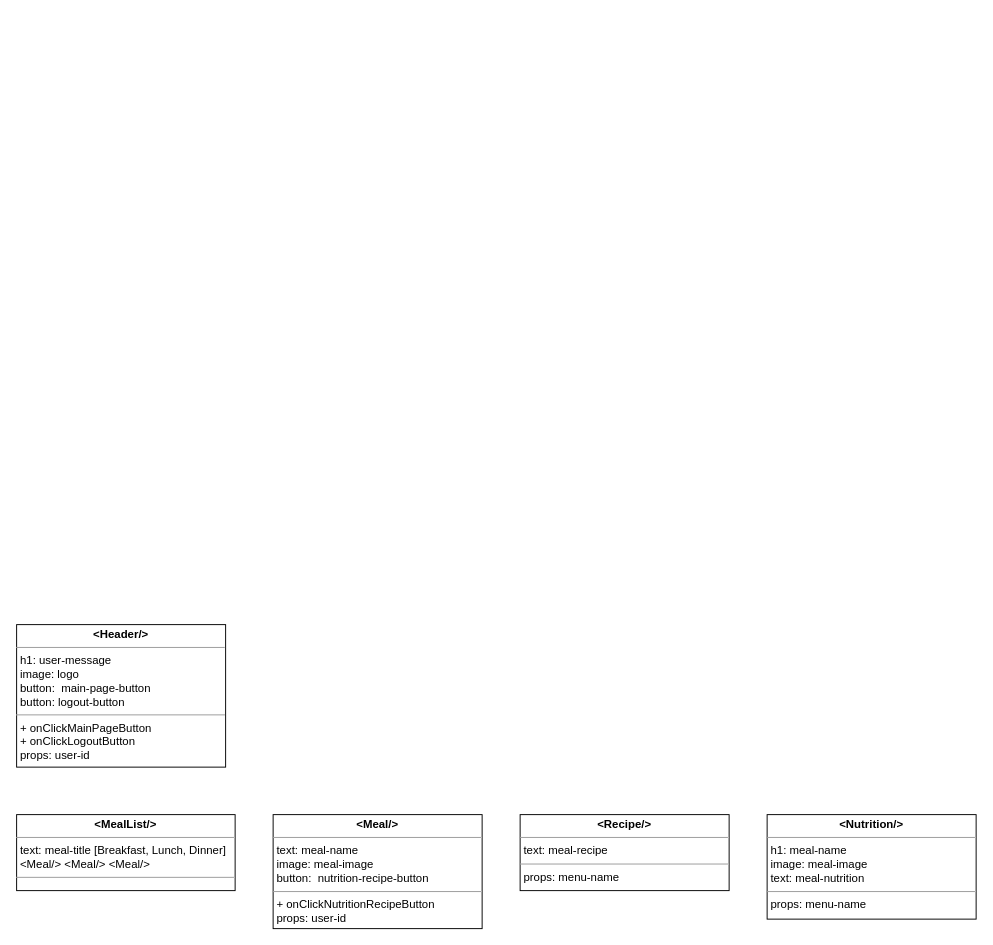
The draw.io diagram diagrams/영서 component.drawio in swsnu/swpp2021-team5, before the edit. Source tidied: cells renumbered, new cells numbered last; positions are measured from the earlier drawing's top-left corner, leaving out a move shared by most shapes. Both pictures are drawn from the tidied source at 95%, with x=0, y=0 at pixel (16, 624).
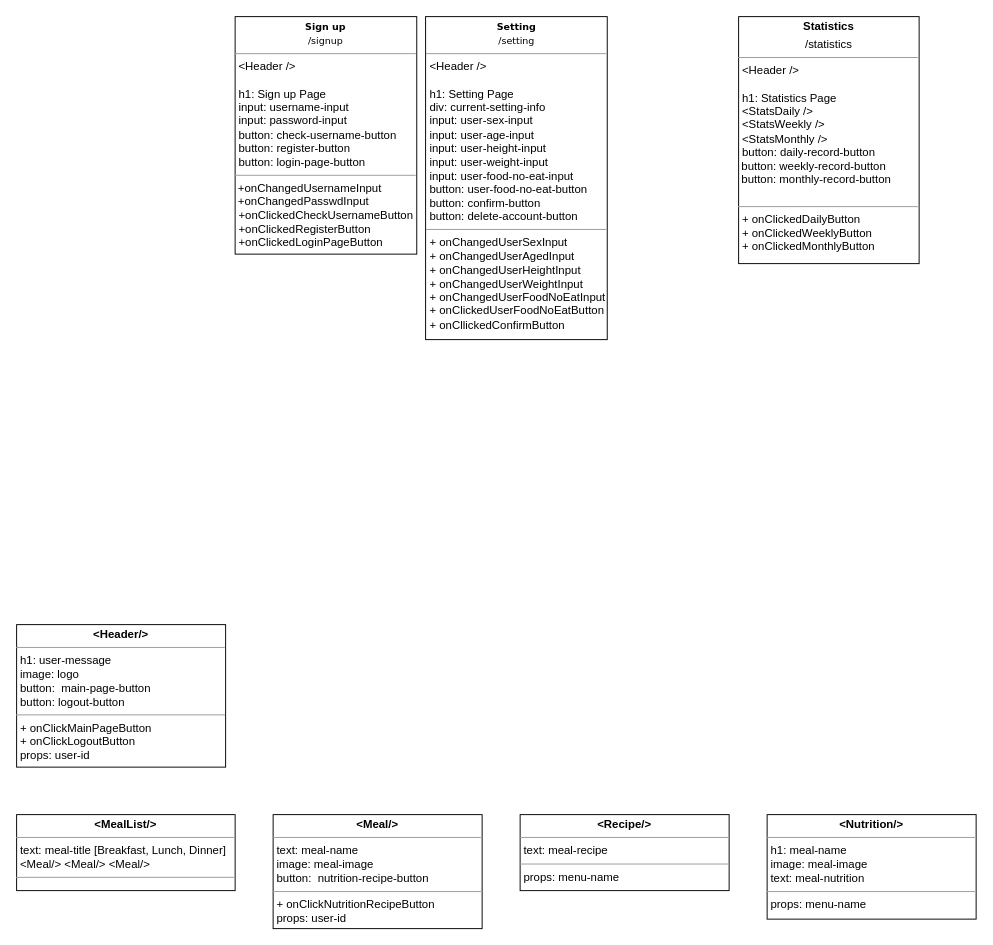
Above is the later version.

Change to the diagram source:
```diff
@@
 <mxGraphModel>
   <root>
     <mxCell id="0" />
     <mxCell id="1" parent="0" />
     <mxCell id="2" value="&lt;p style=&quot;margin: 0px ; margin-top: 4px ; text-align: center&quot;&gt;&lt;b&gt;&amp;lt;MealList/&amp;gt;&lt;/b&gt;&lt;/p&gt;&lt;hr size=&quot;1&quot;&gt;&lt;p style=&quot;margin: 0px ; margin-left: 4px&quot;&gt;text: meal-title [Breakfast, Lunch, Dinner]&lt;/p&gt;&lt;p style=&quot;margin: 0px ; margin-left: 4px&quot;&gt;&lt;span&gt;&amp;lt;Meal/&amp;gt; &amp;lt;Meal/&amp;gt; &amp;lt;Meal/&amp;gt;&lt;/span&gt;&lt;/p&gt;&lt;hr size=&quot;1&quot;&gt;&lt;p style=&quot;margin: 0px ; margin-left: 4px&quot;&gt;&lt;br&gt;&lt;/p&gt;" style="verticalAlign=top;align=left;overflow=fill;fontSize=12;fontFamily=Helvetica;html=1;rounded=0;shadow=0;comic=0;labelBackgroundColor=none;strokeWidth=1;" parent="1" vertex="1">
       <mxGeometry y="200" width="230" height="80" as="geometry" />
     </mxCell>
     <mxCell id="3" value="&lt;p style=&quot;margin: 0px ; margin-top: 4px ; text-align: center&quot;&gt;&lt;b&gt;&amp;lt;Meal/&amp;gt;&lt;/b&gt;&lt;/p&gt;&lt;hr size=&quot;1&quot;&gt;&lt;p style=&quot;margin: 0px ; margin-left: 4px&quot;&gt;&lt;span&gt;text: meal-name&lt;/span&gt;&lt;/p&gt;&lt;p style=&quot;margin: 0px ; margin-left: 4px&quot;&gt;image: meal-image&lt;/p&gt;&lt;p style=&quot;margin: 0px ; margin-left: 4px&quot;&gt;&lt;span&gt;button:&amp;nbsp;&amp;nbsp;&lt;/span&gt;&lt;span style=&quot;text-align: center&quot;&gt;nutrition-recipe-button&lt;/span&gt;&lt;br&gt;&lt;/p&gt;&lt;hr size=&quot;1&quot;&gt;&lt;p style=&quot;margin: 0px ; margin-left: 4px&quot;&gt;+ onClickNutritionRecipeButton&lt;/p&gt;&lt;p style=&quot;margin: 0px ; margin-left: 4px&quot;&gt;props: user-id&lt;/p&gt;" style="verticalAlign=top;align=left;overflow=fill;fontSize=12;fontFamily=Helvetica;html=1;rounded=0;shadow=0;comic=0;labelBackgroundColor=none;strokeWidth=1;" parent="1" vertex="1">
       <mxGeometry x="270" y="200" width="220" height="120" as="geometry" />
     </mxCell>
     <mxCell id="4" value="&lt;p style=&quot;margin: 0px ; margin-top: 4px ; text-align: center&quot;&gt;&lt;b&gt;&amp;lt;Recipe/&amp;gt;&lt;/b&gt;&lt;/p&gt;&lt;hr size=&quot;1&quot;&gt;&lt;p style=&quot;margin: 0px ; margin-left: 4px&quot;&gt;text: meal-recipe&lt;/p&gt;&lt;hr size=&quot;1&quot;&gt;&lt;p style=&quot;margin: 0px ; margin-left: 4px&quot;&gt;props: menu-name&lt;/p&gt;" style="verticalAlign=top;align=left;overflow=fill;fontSize=12;fontFamily=Helvetica;html=1;rounded=0;shadow=0;comic=0;labelBackgroundColor=none;strokeWidth=1;" parent="1" vertex="1">
       <mxGeometry x="530" y="200" width="220" height="80" as="geometry" />
     </mxCell>
     <mxCell id="5" value="&lt;p style=&quot;margin: 0px ; margin-top: 4px ; text-align: center&quot;&gt;&lt;b&gt;&amp;lt;Nutrition/&amp;gt;&lt;/b&gt;&lt;/p&gt;&lt;hr size=&quot;1&quot;&gt;&lt;p style=&quot;margin: 0px ; margin-left: 4px&quot;&gt;h1: meal-name&lt;/p&gt;&lt;p style=&quot;margin: 0px ; margin-left: 4px&quot;&gt;&lt;span&gt;image: meal-image&lt;/span&gt;&lt;/p&gt;&lt;p style=&quot;margin: 0px ; margin-left: 4px&quot;&gt;&lt;span&gt;text: meal-nutrition&lt;br&gt;&lt;/span&gt;&lt;/p&gt;&lt;hr size=&quot;1&quot;&gt;&lt;p style=&quot;margin: 0px ; margin-left: 4px&quot;&gt;props: menu-name&lt;/p&gt;" style="verticalAlign=top;align=left;overflow=fill;fontSize=12;fontFamily=Helvetica;html=1;rounded=0;shadow=0;comic=0;labelBackgroundColor=none;strokeWidth=1;" parent="1" vertex="1">
       <mxGeometry x="790" y="200" width="220" height="110" as="geometry" />
     </mxCell>
     <mxCell id="6" value="&lt;p style=&quot;margin: 0px ; margin-top: 4px ; text-align: center&quot;&gt;&lt;b&gt;&amp;lt;Header/&amp;gt;&lt;/b&gt;&lt;/p&gt;&lt;hr size=&quot;1&quot;&gt;&lt;p style=&quot;margin: 0px ; margin-left: 4px&quot;&gt;h1: user-message&lt;/p&gt;&lt;p style=&quot;margin: 0px ; margin-left: 4px&quot;&gt;image: logo&lt;/p&gt;&lt;p style=&quot;margin: 0px ; margin-left: 4px&quot;&gt;&lt;span&gt;button:&amp;nbsp;&amp;nbsp;&lt;/span&gt;&lt;span style=&quot;text-align: center&quot;&gt;main-page-button&lt;/span&gt;&lt;br&gt;&lt;/p&gt;&lt;p style=&quot;margin: 0px ; margin-left: 4px&quot;&gt;&lt;span style=&quot;text-align: center&quot;&gt;button: logout-button&lt;/span&gt;&lt;/p&gt;&lt;hr size=&quot;1&quot;&gt;&lt;p style=&quot;margin: 0px ; margin-left: 4px&quot;&gt;+ onClickMainPageButton&lt;/p&gt;&lt;p style=&quot;margin: 0px ; margin-left: 4px&quot;&gt;+ onClickLogoutButton&lt;/p&gt;&lt;p style=&quot;margin: 0px ; margin-left: 4px&quot;&gt;props: user-id&lt;/p&gt;" style="verticalAlign=top;align=left;overflow=fill;fontSize=12;fontFamily=Helvetica;html=1;rounded=0;shadow=0;comic=0;labelBackgroundColor=none;strokeWidth=1;" parent="1" vertex="1">
       <mxGeometry width="220" height="150" as="geometry" />
     </mxCell>
+    <mxCell id="7" value="&lt;p style=&quot;margin: 0px ; margin-top: 4px ; text-align: center&quot;&gt;&lt;b&gt;Statistics&lt;/b&gt;&lt;/p&gt;&lt;p style=&quot;margin: 0px ; margin-top: 4px ; text-align: center&quot;&gt;/statistics&lt;/p&gt;&lt;hr size=&quot;1&quot;&gt;&lt;p style=&quot;margin: 0px ; margin-left: 4px&quot;&gt;&amp;lt;Header /&amp;gt;&lt;br&gt;&lt;/p&gt;&lt;p style=&quot;margin: 0px ; margin-left: 4px&quot;&gt;&lt;br&gt;&lt;/p&gt;&lt;p style=&quot;margin: 0px ; margin-left: 4px&quot;&gt;h1: Statistics Page&lt;/p&gt;&lt;p style=&quot;margin: 0px ; margin-left: 4px&quot;&gt;&amp;lt;StatsDaily /&amp;gt;&lt;/p&gt;&lt;p style=&quot;margin: 0px ; margin-left: 4px&quot;&gt;&amp;lt;StatsWeekly /&amp;gt;&lt;/p&gt;&lt;p style=&quot;margin: 0px ; margin-left: 4px&quot;&gt;&amp;lt;StatsMonthly /&amp;gt;&lt;/p&gt;&lt;p style=&quot;margin: 0px ; margin-left: 4px&quot;&gt;button: daily-record-button&lt;/p&gt;&amp;nbsp;button:&amp;nbsp;&lt;span&gt;weekly-record-button&amp;nbsp;&lt;/span&gt;&lt;br&gt;&amp;nbsp;button:&amp;nbsp;&lt;span&gt;monthly-record-button&lt;br&gt;&lt;/span&gt;&lt;br&gt;&lt;hr size=&quot;1&quot;&gt;&lt;p style=&quot;margin: 0px 0px 0px 4px&quot;&gt;+ onClickedDailyButton&lt;/p&gt;&lt;p style=&quot;margin: 0px 0px 0px 4px&quot;&gt;+ onClickedWeeklyButton&lt;/p&gt;&lt;p style=&quot;margin: 0px 0px 0px 4px&quot;&gt;+ onClickedMonthlyButton&lt;/p&gt;" style="verticalAlign=top;align=left;overflow=fill;fontSize=12;fontFamily=Helvetica;html=1;rounded=0;shadow=0;comic=0;labelBackgroundColor=none;strokeWidth=1;" parent="1" vertex="1">
+      <mxGeometry x="760" y="-640" width="190" height="260" as="geometry" />
+    </mxCell>
+    <mxCell id="8" value="&lt;p style=&quot;margin: 4px 0px 0px ; text-align: center&quot;&gt;&lt;b style=&quot;font-family: &amp;#34;verdana&amp;#34; ; font-size: 10px&quot;&gt;Sign up&lt;/b&gt;&lt;br style=&quot;font-family: &amp;#34;verdana&amp;#34; ; font-size: 10px&quot;&gt;&lt;span style=&quot;font-family: &amp;#34;verdana&amp;#34; ; font-size: 10px&quot;&gt;/signup&lt;/span&gt;&lt;br&gt;&lt;/p&gt;&lt;hr size=&quot;1&quot;&gt;&lt;p style=&quot;margin: 0px 0px 0px 4px&quot;&gt;&amp;lt;Header /&amp;gt;&lt;/p&gt;&lt;p style=&quot;margin: 0px 0px 0px 4px&quot;&gt;&lt;br&gt;&lt;/p&gt;&lt;p style=&quot;margin: 0px 0px 0px 4px&quot;&gt;h1: Sign up Page&lt;/p&gt;&lt;p style=&quot;margin: 0px 0px 0px 4px&quot;&gt;input: username-input&lt;/p&gt;&lt;p style=&quot;margin: 0px 0px 0px 4px&quot;&gt;input: password-input&lt;/p&gt;&lt;p style=&quot;margin: 0px 0px 0px 4px&quot;&gt;button: check-username-button&lt;/p&gt;&lt;p style=&quot;margin: 0px 0px 0px 4px&quot;&gt;button: register-button&lt;/p&gt;&lt;p style=&quot;margin: 0px 0px 0px 4px&quot;&gt;button: login-page-button&lt;/p&gt;&lt;hr size=&quot;1&quot;&gt;&amp;nbsp;+onChangedUsernameInput&lt;br&gt;&amp;nbsp;+onChangedPasswdInput&lt;br&gt;&lt;p style=&quot;margin: 0px 0px 0px 4px&quot;&gt;+onClickedCheckUsernameButton&lt;/p&gt;&lt;p style=&quot;margin: 0px 0px 0px 4px&quot;&gt;+onClickedRegisterButton&lt;/p&gt;&lt;p style=&quot;margin: 0px 0px 0px 4px&quot;&gt;+onClickedLoginPageButton&lt;/p&gt;" style="verticalAlign=top;align=left;overflow=fill;fontSize=12;fontFamily=Helvetica;html=1;" parent="1" vertex="1">
+      <mxGeometry x="230" y="-640" width="191.2" height="250" as="geometry" />
+    </mxCell>
+    <mxCell id="9" value="&lt;p style=&quot;margin: 4px 0px 0px ; text-align: center&quot;&gt;&lt;b style=&quot;font-family: &amp;#34;verdana&amp;#34; ; font-size: 10px&quot;&gt;Setting&lt;/b&gt;&lt;br style=&quot;font-family: &amp;#34;verdana&amp;#34; ; font-size: 10px&quot;&gt;&lt;span style=&quot;font-family: &amp;#34;verdana&amp;#34; ; font-size: 10px&quot;&gt;/setting&lt;/span&gt;&lt;br&gt;&lt;/p&gt;&lt;hr size=&quot;1&quot;&gt;&lt;p style=&quot;margin: 0px 0px 0px 4px&quot;&gt;&amp;lt;Header /&amp;gt;&lt;br&gt;&lt;/p&gt;&lt;p style=&quot;margin: 0px 0px 0px 4px&quot;&gt;&lt;br&gt;&lt;/p&gt;&lt;p style=&quot;margin: 0px 0px 0px 4px&quot;&gt;h1: Setting Page&lt;/p&gt;&lt;p style=&quot;margin: 0px 0px 0px 4px&quot;&gt;div: current-setting-info&lt;/p&gt;&lt;p style=&quot;margin: 0px 0px 0px 4px&quot;&gt;input: user-sex-input&lt;/p&gt;&lt;p style=&quot;margin: 0px 0px 0px 4px&quot;&gt;input: user-age-input&lt;/p&gt;&lt;p style=&quot;margin: 0px 0px 0px 4px&quot;&gt;input: user-height-input&lt;/p&gt;&lt;p style=&quot;margin: 0px 0px 0px 4px&quot;&gt;input: user-weight-input&lt;/p&gt;&lt;p style=&quot;margin: 0px 0px 0px 4px&quot;&gt;input: user-food-no-eat-input&lt;br&gt;&lt;/p&gt;&lt;p style=&quot;margin: 0px 0px 0px 4px&quot;&gt;button: user-food-no-eat-button&lt;/p&gt;&lt;p style=&quot;margin: 0px 0px 0px 4px&quot;&gt;&lt;span&gt;button: confirm-button&lt;/span&gt;&lt;br&gt;&lt;/p&gt;&lt;p style=&quot;margin: 0px 0px 0px 4px&quot;&gt;&lt;span&gt;button: delete-account-button&lt;/span&gt;&lt;/p&gt;&lt;hr size=&quot;1&quot;&gt;&lt;p style=&quot;margin: 0px 0px 0px 4px&quot;&gt;+ onChangedUserSexInput&lt;/p&gt;&lt;p style=&quot;margin: 0px 0px 0px 4px&quot;&gt;+ onChangedUserAgedInput&lt;/p&gt;&lt;p style=&quot;margin: 0px 0px 0px 4px&quot;&gt;+ onChangedUserHeightInput&lt;/p&gt;&lt;p style=&quot;margin: 0px 0px 0px 4px&quot;&gt;+ onChangedUserWeightInput&lt;/p&gt;&lt;p style=&quot;margin: 0px 0px 0px 4px&quot;&gt;+ onChangedUserFoodNoEatInput&lt;/p&gt;&lt;p style=&quot;margin: 0px 0px 0px 4px&quot;&gt;+ onClickedUserFoodNoEatButton&lt;/p&gt;&lt;p style=&quot;margin: 0px 0px 0px 4px&quot;&gt;+ onCllickedConfirmButton&lt;/p&gt;" style="verticalAlign=top;align=left;overflow=fill;fontSize=12;fontFamily=Helvetica;html=1;" parent="1" vertex="1">
+      <mxGeometry x="430.5" y="-640" width="191.2" height="340" as="geometry" />
+    </mxCell>
   </root>
 </mxGraphModel>
```
